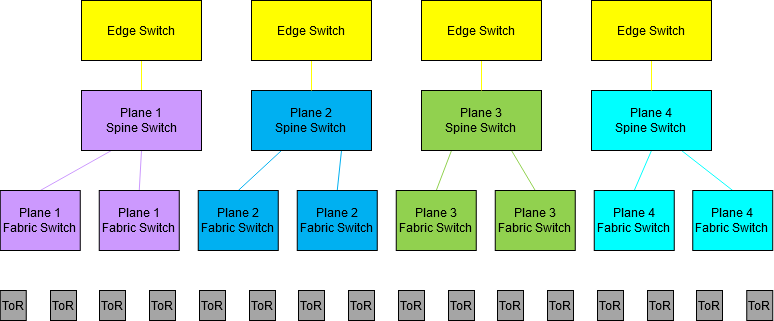
pantelis/cs652-1 keeps this draw.io diagram as google-facebook-dcn/images/Facebook_2d_abstract.png. Above is the earlier version. Source tidied: cells renumbered, new cells last; positions are measured from the earlier drawing's top-left corner, leaving out a move shared by most shapes.
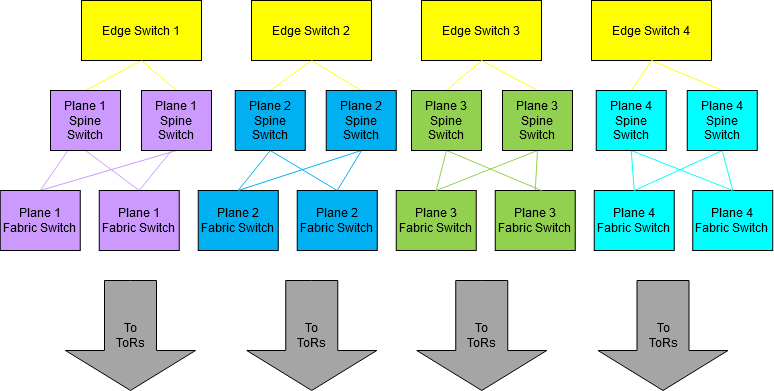
After the commit.

Diff of the diagram source:
```diff
@@ -5,7 +5,7 @@
     <mxCell id="2" style="rounded=0;jettySize=auto;html=1;exitX=0.5;exitY=1;exitDx=0;exitDy=0;entryX=0.5;entryY=0;entryDx=0;entryDy=0;endArrow=none;endFill=0;strokeColor=#FFFE00;" parent="1" edge="1" source="3" target="6">
       <mxGeometry relative="1" as="geometry" />
     </mxCell>
-    <mxCell id="3" value="Edge Switch" style="rounded=0;whiteSpace=wrap;html=1;fillColor=#FFFE00;" parent="1" vertex="1">
+    <mxCell id="3" value="Edge Switch 1" style="rounded=0;whiteSpace=wrap;html=1;fillColor=#FFFE00;" parent="1" vertex="1">
       <mxGeometry x="81" width="120" height="60" as="geometry" />
     </mxCell>
     <mxCell id="4" style="rounded=0;jettySize=auto;html=1;exitX=0.25;exitY=1;exitDx=0;exitDy=0;entryX=0.5;entryY=0;entryDx=0;entryDy=0;endArrow=none;endFill=0;strokeColor=#CC99FE;" parent="1" edge="1" source="6" target="16">
@@ -15,124 +15,156 @@
       <mxGeometry relative="1" as="geometry" />
     </mxCell>
     <mxCell id="6" value="&lt;div&gt;Plane 1&lt;br&gt;&lt;/div&gt;&lt;div&gt;Spine Switch&lt;/div&gt;" style="rounded=0;whiteSpace=wrap;html=1;fillColor=#CC99FE;" parent="1" vertex="1">
-      <mxGeometry x="81" y="90" width="120" height="60" as="geometry" />
+      <mxGeometry x="50" y="90" width="70" height="60" as="geometry" />
     </mxCell>
-    <mxCell id="7" style="rounded=0;jettySize=auto;html=1;exitX=0.25;exitY=1;exitDx=0;exitDy=0;entryX=0.5;entryY=0;entryDx=0;entryDy=0;endArrow=none;endFill=0;strokeColor=#00B0F1;" parent="1" edge="1" source="9" target="18">
-      <mxGeometry relative="1" as="geometry" />
-    </mxCell>
-    <mxCell id="8" style="rounded=0;jettySize=auto;html=1;exitX=0.75;exitY=1;exitDx=0;exitDy=0;entryX=0.5;entryY=0;entryDx=0;entryDy=0;endArrow=none;endFill=0;strokeColor=#00B0F1;" parent="1" edge="1" source="9" target="19">
-      <mxGeometry relative="1" as="geometry" />
-    </mxCell>
-    <mxCell id="9" value="&lt;div&gt;Plane 2&lt;/div&gt;&lt;div&gt;Spine Switch&lt;br&gt;&lt;/div&gt;" style="rounded=0;whiteSpace=wrap;html=1;fillColor=#00B0F1;" parent="1" vertex="1">
-      <mxGeometry x="251" y="90" width="120" height="60" as="geometry" />
-    </mxCell>
-    <mxCell id="10" style="rounded=0;jettySize=auto;html=1;exitX=0.25;exitY=1;exitDx=0;exitDy=0;entryX=0.5;entryY=0;entryDx=0;entryDy=0;endArrow=none;endFill=0;strokeColor=#91D14F;" parent="1" edge="1" source="12" target="20">
-      <mxGeometry relative="1" as="geometry" />
-    </mxCell>
-    <mxCell id="11" style="edgeStyle=none;rounded=0;jettySize=auto;html=1;exitX=0.75;exitY=1;exitDx=0;exitDy=0;entryX=0.5;entryY=0;entryDx=0;entryDy=0;endArrow=none;endFill=0;strokeColor=#91D14F;" parent="1" edge="1" source="12" target="21">
-      <mxGeometry relative="1" as="geometry" />
-    </mxCell>
-    <mxCell id="12" value="&lt;div&gt;Plane 3&lt;/div&gt;&lt;div&gt;Spine Switch&lt;br&gt;&lt;/div&gt;" style="rounded=0;whiteSpace=wrap;html=1;fillColor=#91D14F;" parent="1" vertex="1">
-      <mxGeometry x="421" y="90" width="120" height="60" as="geometry" />
-    </mxCell>
-    <mxCell id="13" style="rounded=0;jettySize=auto;html=1;exitX=0.5;exitY=1;exitDx=0;exitDy=0;entryX=0.5;entryY=0;entryDx=0;entryDy=0;endArrow=none;endFill=0;strokeColor=#00FFFF;" parent="1" edge="1" source="15" target="22">
-      <mxGeometry relative="1" as="geometry" />
-    </mxCell>
-    <mxCell id="14" style="rounded=0;jettySize=auto;html=1;exitX=0.75;exitY=1;exitDx=0;exitDy=0;entryX=0.5;entryY=0;entryDx=0;entryDy=0;endArrow=none;endFill=0;strokeColor=#00FFFF;" parent="1" edge="1" source="15" target="23">
-      <mxGeometry relative="1" as="geometry" />
-    </mxCell>
-    <mxCell id="15" value="&lt;div&gt;Plane 4&lt;/div&gt;&lt;div&gt;Spine Switch&lt;br&gt;&lt;/div&gt;" style="rounded=0;whiteSpace=wrap;html=1;fillColor=#00FFFF;" parent="1" vertex="1">
-      <mxGeometry x="591" y="90" width="120" height="60" as="geometry" />
-    </mxCell>
+    <mxCell id="46" style="edgeStyle=none;rounded=0;jettySize=auto;html=1;exitX=0.5;exitY=0;exitDx=0;exitDy=0;entryX=0.5;entryY=1;entryDx=0;entryDy=0;endArrow=none;endFill=0;strokeColor=#CC99FE;" parent="1" edge="1" source="16" target="57">
+      <mxGeometry relative="1" as="geometry" />
+    </mxCell>
     <mxCell id="16" value="&lt;div&gt;Plane 1&lt;br&gt;&lt;/div&gt;&lt;div&gt;Fabric Switch&lt;br&gt;&lt;/div&gt;" style="rounded=0;whiteSpace=wrap;html=1;fillColor=#CC99FE;" parent="1" vertex="1">
       <mxGeometry x="-0.2" y="190" width="80" height="60" as="geometry" />
     </mxCell>
+    <mxCell id="47" style="rounded=0;jettySize=auto;html=1;exitX=0.5;exitY=0;exitDx=0;exitDy=0;endArrow=none;endFill=0;strokeColor=#CC99FE;" parent="1" edge="1" source="17">
+      <mxGeometry relative="1" as="geometry">
+        <mxPoint x="171" y="150" as="targetPoint" />
+      </mxGeometry>
+    </mxCell>
     <mxCell id="17" value="&lt;div&gt;Plane 1&lt;br&gt;&lt;/div&gt;&lt;div&gt;Fabric Switch&lt;br&gt;&lt;/div&gt;" style="rounded=0;whiteSpace=wrap;html=1;fillColor=#CC99FE;" parent="1" vertex="1">
       <mxGeometry x="98.8" y="190" width="80" height="60" as="geometry" />
     </mxCell>
+    <mxCell id="48" style="edgeStyle=none;rounded=0;jettySize=auto;html=1;exitX=0.5;exitY=0;exitDx=0;exitDy=0;entryX=0.5;entryY=1;entryDx=0;entryDy=0;endArrow=none;endFill=0;strokeColor=#00B0F1;" parent="1" edge="1" source="18" target="58">
+      <mxGeometry relative="1" as="geometry" />
+    </mxCell>
     <mxCell id="18" value="&lt;div&gt;Plane 2&lt;br&gt;&lt;/div&gt;&lt;div&gt;Fabric Switch&lt;br&gt;&lt;/div&gt;" style="rounded=0;whiteSpace=wrap;html=1;fillColor=#00B0F1;" parent="1" vertex="1">
       <mxGeometry x="197.8" y="190" width="80" height="60" as="geometry" />
     </mxCell>
+    <mxCell id="49" style="edgeStyle=none;rounded=0;jettySize=auto;html=1;exitX=0.5;exitY=0;exitDx=0;exitDy=0;entryX=0.5;entryY=1;entryDx=0;entryDy=0;endArrow=none;endFill=0;strokeColor=#00B0F1;" parent="1" edge="1" source="19" target="58">
+      <mxGeometry relative="1" as="geometry" />
+    </mxCell>
+    <mxCell id="50" style="edgeStyle=none;rounded=0;jettySize=auto;html=1;exitX=0.5;exitY=0;exitDx=0;exitDy=0;endArrow=none;endFill=0;strokeColor=#00B0F1;" parent="1" edge="1" source="19">
+      <mxGeometry relative="1" as="geometry">
+        <mxPoint x="361" y="150" as="targetPoint" />
+      </mxGeometry>
+    </mxCell>
     <mxCell id="19" value="&lt;div&gt;Plane 2&lt;br&gt;&lt;/div&gt;&lt;div&gt;Fabric Switch&lt;br&gt;&lt;/div&gt;" style="rounded=0;whiteSpace=wrap;html=1;fillColor=#00B0F1;" parent="1" vertex="1">
       <mxGeometry x="296.8" y="190" width="80" height="60" as="geometry" />
     </mxCell>
     <mxCell id="20" value="&lt;div&gt;Plane 3&lt;br&gt;&lt;/div&gt;&lt;div&gt;Fabric Switch&lt;br&gt;&lt;/div&gt;" style="rounded=0;whiteSpace=wrap;html=1;fillColor=#91D14F;" parent="1" vertex="1">
       <mxGeometry x="395.8" y="190" width="80" height="60" as="geometry" />
     </mxCell>
+    <mxCell id="51" style="edgeStyle=none;rounded=0;jettySize=auto;html=1;exitX=0.5;exitY=0;exitDx=0;exitDy=0;entryX=0.5;entryY=1;entryDx=0;entryDy=0;endArrow=none;endFill=0;strokeColor=#91D14F;" parent="1" edge="1" source="21" target="68">
+      <mxGeometry relative="1" as="geometry" />
+    </mxCell>
     <mxCell id="21" value="&lt;div&gt;Plane 3&lt;br&gt;&lt;/div&gt;&lt;div&gt;Fabric Switch&lt;br&gt;&lt;/div&gt;" style="rounded=0;whiteSpace=wrap;html=1;fillColor=#91D14F;" parent="1" vertex="1">
       <mxGeometry x="494.8" y="190" width="80" height="60" as="geometry" />
     </mxCell>
     <mxCell id="22" value="&lt;div&gt;Plane 4&lt;br&gt;&lt;/div&gt;&lt;div&gt;Fabric Switch&lt;br&gt;&lt;/div&gt;" style="rounded=0;whiteSpace=wrap;html=1;fillColor=#00FFFF;" parent="1" vertex="1">
       <mxGeometry x="593.8" y="190" width="80" height="60" as="geometry" />
     </mxCell>
+    <mxCell id="52" style="edgeStyle=none;rounded=0;jettySize=auto;html=1;exitX=0.5;exitY=0;exitDx=0;exitDy=0;entryX=0.5;entryY=1;entryDx=0;entryDy=0;endArrow=none;endFill=0;strokeColor=#00FFFF;" parent="1" edge="1" source="23" target="75">
+      <mxGeometry relative="1" as="geometry" />
+    </mxCell>
     <mxCell id="23" value="&lt;div&gt;Plane 4&lt;br&gt;&lt;/div&gt;&lt;div&gt;Fabric Switch&lt;br&gt;&lt;/div&gt;" style="rounded=0;whiteSpace=wrap;html=1;fillColor=#00FFFF;" parent="1" vertex="1">
       <mxGeometry x="692.2" y="190" width="80" height="60" as="geometry" />
     </mxCell>
-    <mxCell id="24" value="ToR" style="rounded=0;whiteSpace=wrap;html=1;fillColor=#A5A5A5;" parent="1" vertex="1">
-      <mxGeometry x="-0.2" y="290" width="26" height="30" as="geometry" />
-    </mxCell>
-    <mxCell id="25" value="ToR" style="rounded=0;whiteSpace=wrap;html=1;fillColor=#A5A5A5;" parent="1" vertex="1">
-      <mxGeometry x="50" y="290" width="26" height="30" as="geometry" />
-    </mxCell>
-    <mxCell id="26" value="ToR" style="rounded=0;whiteSpace=wrap;html=1;fillColor=#A5A5A5;" parent="1" vertex="1">
-      <mxGeometry x="99" y="290" width="26" height="30" as="geometry" />
-    </mxCell>
-    <mxCell id="27" value="ToR" style="rounded=0;whiteSpace=wrap;html=1;fillColor=#A5A5A5;" parent="1" vertex="1">
-      <mxGeometry x="149" y="290" width="26" height="30" as="geometry" />
-    </mxCell>
-    <mxCell id="28" value="ToR" style="rounded=0;whiteSpace=wrap;html=1;fillColor=#A5A5A5;" parent="1" vertex="1">
-      <mxGeometry x="199" y="290" width="26" height="30" as="geometry" />
-    </mxCell>
-    <mxCell id="29" value="ToR" style="rounded=0;whiteSpace=wrap;html=1;fillColor=#A5A5A5;" parent="1" vertex="1">
-      <mxGeometry x="249" y="290" width="26" height="30" as="geometry" />
-    </mxCell>
-    <mxCell id="30" value="ToR" style="rounded=0;whiteSpace=wrap;html=1;fillColor=#A5A5A5;" parent="1" vertex="1">
-      <mxGeometry x="298" y="290" width="26" height="30" as="geometry" />
-    </mxCell>
-    <mxCell id="31" value="ToR" style="rounded=0;whiteSpace=wrap;html=1;fillColor=#A5A5A5;" parent="1" vertex="1">
-      <mxGeometry x="348" y="290" width="26" height="30" as="geometry" />
-    </mxCell>
-    <mxCell id="32" value="ToR" style="rounded=0;whiteSpace=wrap;html=1;fillColor=#A5A5A5;" parent="1" vertex="1">
-      <mxGeometry x="398" y="290" width="26" height="30" as="geometry" />
-    </mxCell>
-    <mxCell id="33" value="ToR" style="rounded=0;whiteSpace=wrap;html=1;fillColor=#A5A5A5;" parent="1" vertex="1">
-      <mxGeometry x="448" y="290" width="26" height="30" as="geometry" />
-    </mxCell>
-    <mxCell id="34" value="ToR" style="rounded=0;whiteSpace=wrap;html=1;fillColor=#A5A5A5;" parent="1" vertex="1">
-      <mxGeometry x="497" y="290" width="26" height="30" as="geometry" />
-    </mxCell>
-    <mxCell id="35" value="ToR" style="rounded=0;whiteSpace=wrap;html=1;fillColor=#A5A5A5;" parent="1" vertex="1">
-      <mxGeometry x="547" y="290" width="26" height="30" as="geometry" />
-    </mxCell>
-    <mxCell id="36" value="ToR" style="rounded=0;whiteSpace=wrap;html=1;fillColor=#A5A5A5;" parent="1" vertex="1">
-      <mxGeometry x="597" y="290" width="26" height="30" as="geometry" />
-    </mxCell>
-    <mxCell id="37" value="ToR" style="rounded=0;whiteSpace=wrap;html=1;fillColor=#A5A5A5;" parent="1" vertex="1">
-      <mxGeometry x="647" y="290" width="26" height="30" as="geometry" />
-    </mxCell>
-    <mxCell id="38" value="ToR" style="rounded=0;whiteSpace=wrap;html=1;fillColor=#A5A5A5;" parent="1" vertex="1">
-      <mxGeometry x="696" y="290" width="26" height="30" as="geometry" />
-    </mxCell>
-    <mxCell id="39" value="ToR" style="rounded=0;whiteSpace=wrap;html=1;fillColor=#A5A5A5;" parent="1" vertex="1">
-      <mxGeometry x="746.2" y="290" width="26" height="30" as="geometry" />
-    </mxCell>
-    <mxCell id="40" style="edgeStyle=none;rounded=0;jettySize=auto;html=1;exitX=0.5;exitY=1;exitDx=0;exitDy=0;entryX=0.5;entryY=0;entryDx=0;entryDy=0;endArrow=none;endFill=0;strokeColor=#FFFE00;" parent="1" edge="1" source="41" target="9">
-      <mxGeometry relative="1" as="geometry" />
-    </mxCell>
+    <mxCell id="53" style="edgeStyle=none;rounded=0;jettySize=auto;html=1;exitX=0.5;exitY=1;exitDx=0;exitDy=0;entryX=0.5;entryY=0;entryDx=0;entryDy=0;endArrow=none;endFill=0;strokeColor=#FFFE00;" parent="1" edge="1" source="41" target="58">
+      <mxGeometry relative="1" as="geometry" />
+    </mxCell>
-    <mxCell id="41" value="Edge Switch" style="rounded=0;whiteSpace=wrap;html=1;fillColor=#FFFE00;" parent="1" vertex="1">
+    <mxCell id="41" value="Edge Switch 2" style="rounded=0;whiteSpace=wrap;html=1;fillColor=#FFFE00;" parent="1" vertex="1">
       <mxGeometry x="251" width="120" height="60" as="geometry" />
     </mxCell>
-    <mxCell id="42" style="edgeStyle=none;rounded=0;jettySize=auto;html=1;exitX=0.5;exitY=1;exitDx=0;exitDy=0;entryX=0.5;entryY=0;entryDx=0;entryDy=0;endArrow=none;endFill=0;strokeColor=#FFFE00;" parent="1" edge="1" source="43" target="12">
-      <mxGeometry relative="1" as="geometry" />
-    </mxCell>
-    <mxCell id="43" value="Edge Switch" style="rounded=0;whiteSpace=wrap;html=1;fillColor=#FFFE00;" parent="1" vertex="1">
+    <mxCell id="43" value="Edge Switch 3" style="rounded=0;whiteSpace=wrap;html=1;fillColor=#FFFE00;" parent="1" vertex="1">
       <mxGeometry x="421" width="120" height="60" as="geometry" />
     </mxCell>
-    <mxCell id="44" style="edgeStyle=none;rounded=0;jettySize=auto;html=1;exitX=0.5;exitY=1;exitDx=0;exitDy=0;entryX=0.5;entryY=0;entryDx=0;entryDy=0;endArrow=none;endFill=0;strokeColor=#FFFE00;" parent="1" edge="1" source="45" target="15">
-      <mxGeometry relative="1" as="geometry" />
-    </mxCell>
-    <mxCell id="45" value="Edge Switch" style="rounded=0;whiteSpace=wrap;html=1;fillColor=#FFFE00;" parent="1" vertex="1">
+    <mxCell id="45" value="&lt;div&gt;Edge Switch 4&lt;/div&gt;" style="rounded=0;whiteSpace=wrap;html=1;fillColor=#FFFE00;" parent="1" vertex="1">
       <mxGeometry x="591" width="120" height="60" as="geometry" />
     </mxCell>
+    <mxCell id="54" style="edgeStyle=none;rounded=0;jettySize=auto;html=1;exitX=0.5;exitY=0;exitDx=0;exitDy=0;endArrow=none;endFill=0;strokeColor=#FFFE00;" parent="1" edge="1" source="55">
+      <mxGeometry relative="1" as="geometry">
+        <mxPoint x="141" y="60" as="targetPoint" />
+      </mxGeometry>
+    </mxCell>
+    <mxCell id="55" value="&lt;div&gt;Plane 1&lt;br&gt;&lt;/div&gt;&lt;div&gt;Spine Switch&lt;/div&gt;" style="rounded=0;whiteSpace=wrap;html=1;fillColor=#CC99FE;" parent="1" vertex="1">
+      <mxGeometry x="141" y="90" width="70" height="60" as="geometry" />
+    </mxCell>
+    <mxCell id="56" value="&lt;div&gt;Plane 1&lt;br&gt;&lt;/div&gt;&lt;div&gt;Spine Switch&lt;/div&gt;" style="rounded=0;whiteSpace=wrap;html=1;fillColor=#CC99FE;" parent="1" vertex="1">
+      <mxGeometry x="50" y="90" width="70" height="60" as="geometry" />
+    </mxCell>
+    <mxCell id="57" value="&lt;div&gt;Plane 1&lt;br&gt;&lt;/div&gt;&lt;div&gt;Spine Switch&lt;/div&gt;" style="rounded=0;whiteSpace=wrap;html=1;fillColor=#CC99FE;" parent="1" vertex="1">
+      <mxGeometry x="141" y="90" width="70" height="60" as="geometry" />
+    </mxCell>
+    <mxCell id="58" value="&lt;div&gt;Plane 2&lt;br&gt;&lt;/div&gt;&lt;div&gt;Spine Switch&lt;/div&gt;" style="rounded=0;whiteSpace=wrap;html=1;fillColor=#00B0F1;" parent="1" vertex="1">
+      <mxGeometry x="234.8" y="90" width="70" height="60" as="geometry" />
+    </mxCell>
+    <mxCell id="59" style="edgeStyle=none;rounded=0;jettySize=auto;html=1;exitX=0.5;exitY=0;exitDx=0;exitDy=0;endArrow=none;endFill=0;strokeColor=#FFFE00;" parent="1" edge="1" source="61">
+      <mxGeometry relative="1" as="geometry">
+        <mxPoint x="311" y="60" as="targetPoint" />
+      </mxGeometry>
+    </mxCell>
+    <mxCell id="60" style="rounded=0;jettySize=auto;html=1;exitX=0.5;exitY=1;exitDx=0;exitDy=0;entryX=0.5;entryY=0;entryDx=0;entryDy=0;endArrow=none;endFill=0;strokeColor=#00B0F1;" parent="1" edge="1" source="61" target="18">
+      <mxGeometry relative="1" as="geometry" />
+    </mxCell>
+    <mxCell id="61" value="&lt;div&gt;Plane 2&lt;br&gt;&lt;/div&gt;&lt;div&gt;Spine Switch&lt;/div&gt;" style="rounded=0;whiteSpace=wrap;html=1;fillColor=#00B0F1;" parent="1" vertex="1">
+      <mxGeometry x="325.8" y="90" width="70" height="60" as="geometry" />
+    </mxCell>
+    <mxCell id="62" style="edgeStyle=none;rounded=0;jettySize=auto;html=1;exitX=0.5;exitY=0;exitDx=0;exitDy=0;entryX=0.5;entryY=1;entryDx=0;entryDy=0;endArrow=none;endFill=0;strokeColor=#FFFE00;" parent="1" edge="1" source="65" target="43">
+      <mxGeometry relative="1" as="geometry" />
+    </mxCell>
+    <mxCell id="63" style="edgeStyle=none;rounded=0;jettySize=auto;html=1;exitX=0.5;exitY=1;exitDx=0;exitDy=0;entryX=0.5;entryY=0;entryDx=0;entryDy=0;endArrow=none;endFill=0;strokeColor=#91D14F;" parent="1" edge="1" source="65" target="20">
+      <mxGeometry relative="1" as="geometry" />
+    </mxCell>
+    <mxCell id="64" style="edgeStyle=none;rounded=0;jettySize=auto;html=1;exitX=0.5;exitY=1;exitDx=0;exitDy=0;endArrow=none;endFill=0;strokeColor=#91D14F;" parent="1" edge="1" source="65">
+      <mxGeometry relative="1" as="geometry">
+        <mxPoint x="541" y="190" as="targetPoint" />
+      </mxGeometry>
+    </mxCell>
+    <mxCell id="65" value="&lt;div&gt;Plane 3&lt;br&gt;&lt;/div&gt;&lt;div&gt;Spine Switch&lt;/div&gt;" style="rounded=0;whiteSpace=wrap;html=1;fillColor=#91D14F;" parent="1" vertex="1">
+      <mxGeometry x="411" y="90" width="70" height="60" as="geometry" />
+    </mxCell>
+    <mxCell id="66" style="edgeStyle=none;rounded=0;jettySize=auto;html=1;exitX=0.5;exitY=0;exitDx=0;exitDy=0;endArrow=none;endFill=0;strokeColor=#FFFE00;" parent="1" edge="1" source="68">
+      <mxGeometry relative="1" as="geometry">
+        <mxPoint x="481" y="60" as="targetPoint" />
+      </mxGeometry>
+    </mxCell>
+    <mxCell id="67" style="rounded=0;jettySize=auto;html=1;exitX=0.5;exitY=1;exitDx=0;exitDy=0;entryX=0.5;entryY=0;entryDx=0;entryDy=0;endArrow=none;endFill=0;strokeColor=#91D14F;" parent="1" edge="1" source="68" target="20">
+      <mxGeometry relative="1" as="geometry" />
+    </mxCell>
+    <mxCell id="68" value="&lt;div&gt;Plane 3&lt;br&gt;&lt;/div&gt;&lt;div&gt;Spine Switch&lt;/div&gt;" style="rounded=0;whiteSpace=wrap;html=1;fillColor=#91D14F;" parent="1" vertex="1">
+      <mxGeometry x="502" y="90" width="70" height="60" as="geometry" />
+    </mxCell>
+    <mxCell id="69" style="edgeStyle=none;rounded=0;jettySize=auto;html=1;exitX=0.5;exitY=0;exitDx=0;exitDy=0;entryX=0.5;entryY=1;entryDx=0;entryDy=0;endArrow=none;endFill=0;strokeColor=#FFFE00;" parent="1" edge="1" source="72" target="45">
+      <mxGeometry relative="1" as="geometry" />
+    </mxCell>
+    <mxCell id="70" style="edgeStyle=none;rounded=0;jettySize=auto;html=1;exitX=0.5;exitY=1;exitDx=0;exitDy=0;entryX=0.5;entryY=0;entryDx=0;entryDy=0;endArrow=none;endFill=0;strokeColor=#00FFFF;" parent="1" edge="1" source="72" target="23">
+      <mxGeometry relative="1" as="geometry" />
+    </mxCell>
+    <mxCell id="71" style="edgeStyle=none;rounded=0;jettySize=auto;html=1;exitX=0.5;exitY=1;exitDx=0;exitDy=0;entryX=0.5;entryY=0;entryDx=0;entryDy=0;endArrow=none;endFill=0;strokeColor=#00FFFF;" parent="1" edge="1" source="72" target="22">
+      <mxGeometry relative="1" as="geometry" />
+    </mxCell>
+    <mxCell id="72" value="&lt;div&gt;Plane 4&lt;br&gt;&lt;/div&gt;&lt;div&gt;Spine Switch&lt;/div&gt;" style="rounded=0;whiteSpace=wrap;html=1;fillColor=#00FFFF;" parent="1" vertex="1">
+      <mxGeometry x="595.8" y="90" width="70" height="60" as="geometry" />
+    </mxCell>
+    <mxCell id="73" style="rounded=0;jettySize=auto;html=1;exitX=0.5;exitY=0;exitDx=0;exitDy=0;endArrow=none;endFill=0;strokeColor=#FFFE00;" parent="1" edge="1" source="75">
+      <mxGeometry relative="1" as="geometry">
+        <mxPoint x="651" y="60" as="targetPoint" />
+      </mxGeometry>
+    </mxCell>
+    <mxCell id="74" style="edgeStyle=none;rounded=0;jettySize=auto;html=1;exitX=0.5;exitY=1;exitDx=0;exitDy=0;entryX=0.5;entryY=0;entryDx=0;entryDy=0;endArrow=none;endFill=0;strokeColor=#00FFFF;" parent="1" edge="1" source="75" target="22">
+      <mxGeometry relative="1" as="geometry" />
+    </mxCell>
+    <mxCell id="75" value="&lt;div&gt;Plane 4&lt;br&gt;&lt;/div&gt;&lt;div&gt;Spine Switch&lt;/div&gt;" style="rounded=0;whiteSpace=wrap;html=1;fillColor=#00FFFF;" parent="1" vertex="1">
+      <mxGeometry x="686.8" y="90" width="70" height="60" as="geometry" />
+    </mxCell>
+    <mxCell id="76" value="&lt;div&gt;To&lt;/div&gt;&lt;div&gt;ToRs&lt;br&gt;&lt;/div&gt;" style="html=1;shadow=0;dashed=0;align=center;verticalAlign=middle;shape=mxgraph.arrows2.arrow;dy=0.6;dx=40;direction=south;notch=0;fillColor=#A5A5A5;" parent="1" vertex="1">
+      <mxGeometry x="65" y="280" width="130" height="110" as="geometry" />
+    </mxCell>
+    <mxCell id="77" value="&lt;div&gt;To&lt;/div&gt;&lt;div&gt;ToRs&lt;br&gt;&lt;/div&gt;" style="html=1;shadow=0;dashed=0;align=center;verticalAlign=middle;shape=mxgraph.arrows2.arrow;dy=0.6;dx=40;direction=south;notch=0;fillColor=#A5A5A5;" parent="1" vertex="1">
+      <mxGeometry x="246.2" y="280" width="130" height="110" as="geometry" />
+    </mxCell>
+    <mxCell id="78" value="&lt;div&gt;To&lt;/div&gt;&lt;div&gt;ToRs&lt;br&gt;&lt;/div&gt;" style="html=1;shadow=0;dashed=0;align=center;verticalAlign=middle;shape=mxgraph.arrows2.arrow;dy=0.6;dx=40;direction=south;notch=0;fillColor=#A5A5A5;" parent="1" vertex="1">
+      <mxGeometry x="416.2" y="280" width="130" height="110" as="geometry" />
+    </mxCell>
+    <mxCell id="79" value="&lt;div&gt;To&lt;/div&gt;&lt;div&gt;ToRs&lt;br&gt;&lt;/div&gt;" style="html=1;shadow=0;dashed=0;align=center;verticalAlign=middle;shape=mxgraph.arrows2.arrow;dy=0.6;dx=40;direction=south;notch=0;fillColor=#A5A5A5;" parent="1" vertex="1">
+      <mxGeometry x="597.5" y="280" width="130" height="110" as="geometry" />
+    </mxCell>
   </root>
 </mxGraphModel>
```
